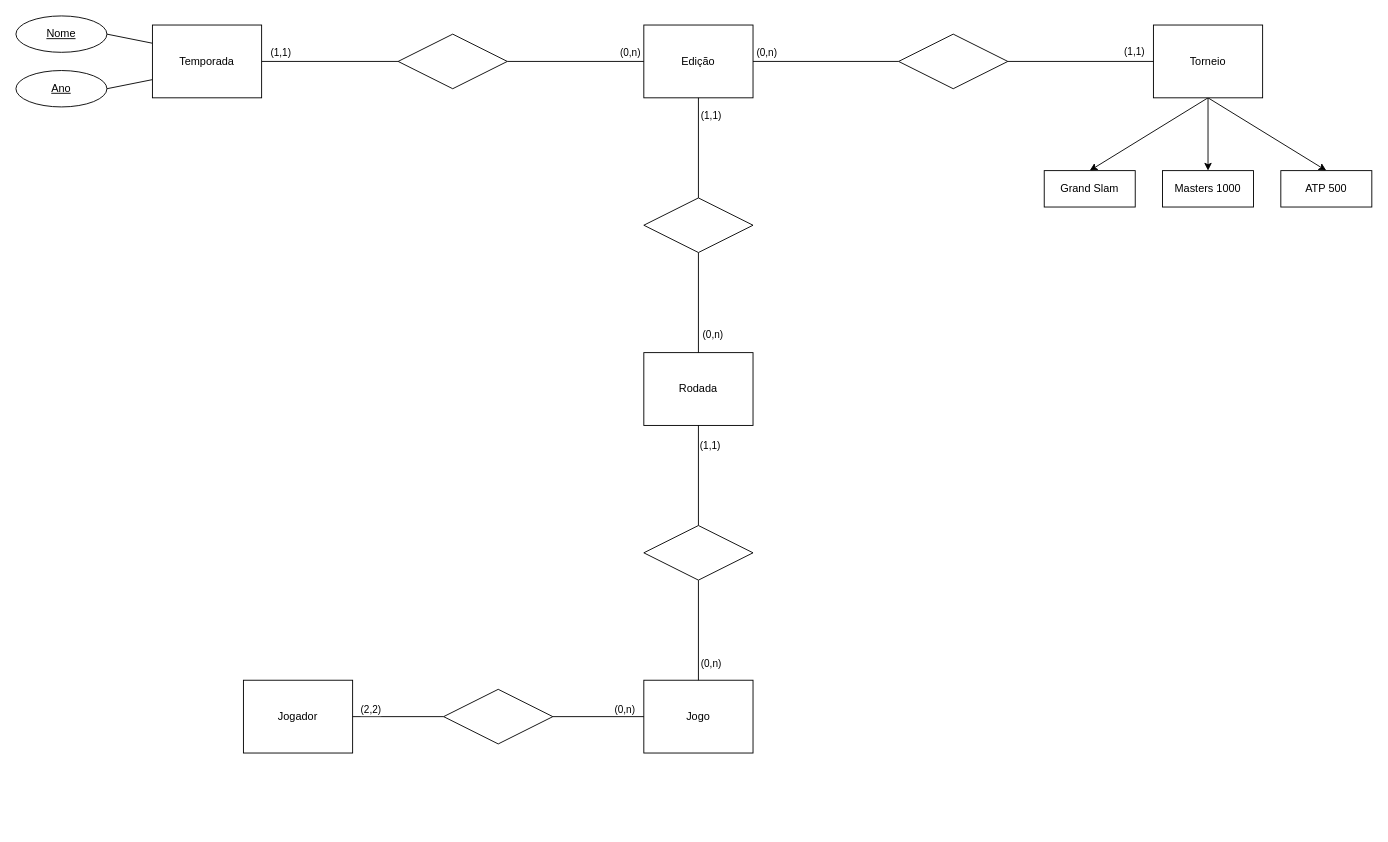
The draw.io diagram Entidades Básicas Identificadas.drawio in marcellovictor/BD1-Tenis, before the edit. Source tidied: cells renumbered, new cells numbered last; positions are measured from the earlier drawing's top-left corner, leaving out a move shared by most shapes. Both pictures are drawn from the tidied source at 91%, with x=0, y=0 at pixel (15, 15).
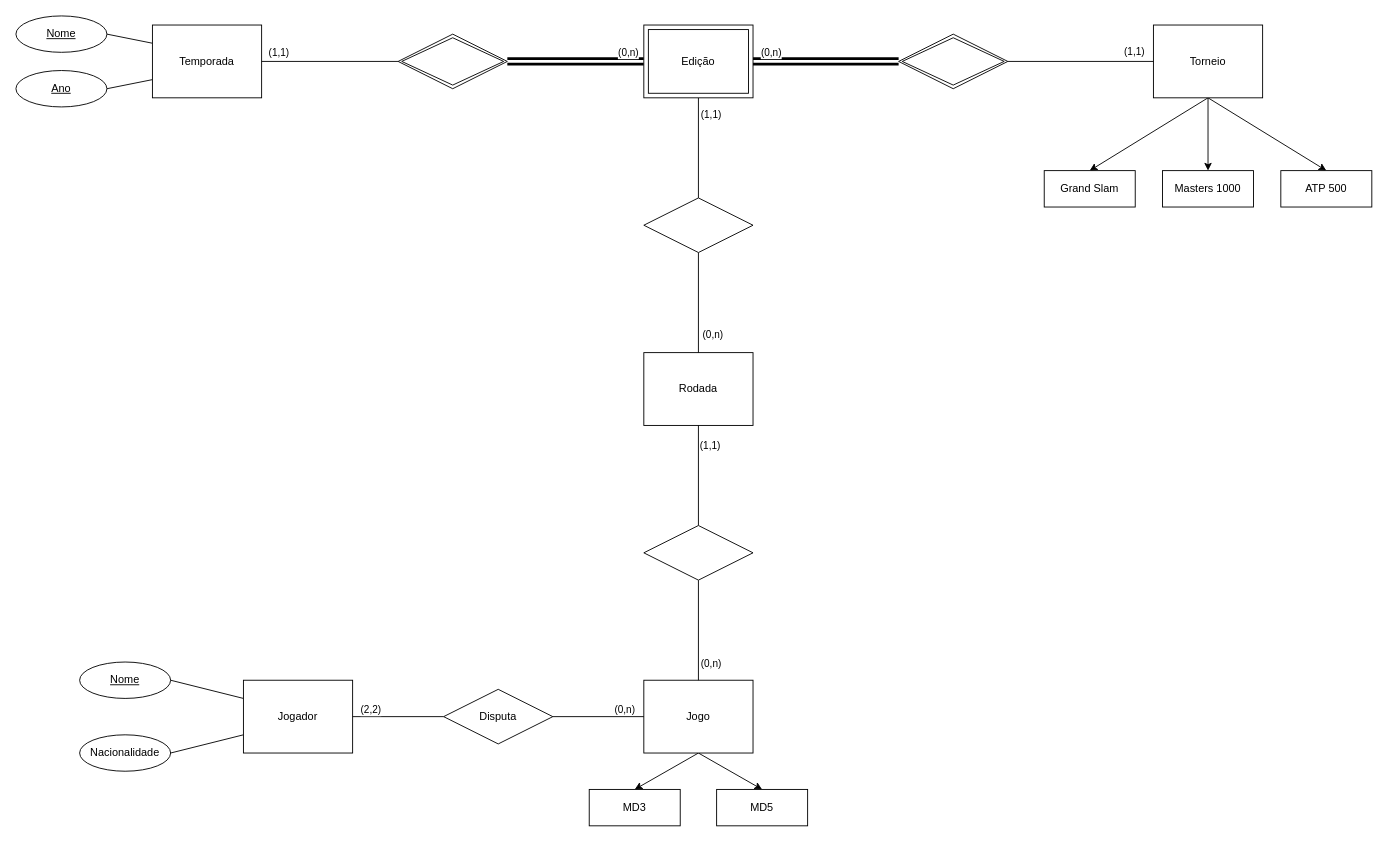
Above is the later version.

Commit message:
Início do Uso de Entidades Fracas.drawio

Unchanged cells that the change refers to:
```xml
<mxCell id="6" value="Temporada" style="whiteSpace=wrap;html=1;align=center;" parent="1" vertex="1">
  <mxGeometry x="150" y="10" width="120" height="80" as="geometry" />
</mxCell>
<mxCell id="10" value="Torneio" style="whiteSpace=wrap;html=1;align=center;" parent="1" vertex="1">
  <mxGeometry x="1250" y="10" width="120" height="80" as="geometry" />
</mxCell>
<mxCell id="25" value="Jogador" style="whiteSpace=wrap;html=1;align=center;" parent="1" vertex="1">
  <mxGeometry x="250" y="730" width="120" height="80" as="geometry" />
</mxCell>
<mxCell id="26" value="Jogo" style="whiteSpace=wrap;html=1;align=center;" parent="1" vertex="1">
  <mxGeometry x="690" y="730" width="120" height="80" as="geometry" />
</mxCell>
<mxCell id="32" style="shape=rhombus;perimeter=rhombusPerimeter;whiteSpace=wrap;html=1;align=center;" parent="1" vertex="1">
  <mxGeometry x="690" y="200" width="120" height="60" as="geometry" />
</mxCell>
```

Diff of the diagram source:
```diff
@@
-    <mxCell id="4" style="edgeStyle=none;rounded=0;jettySize=auto;html=1;exitX=1;exitY=0.5;exitDx=0;exitDy=0;entryX=0;entryY=0.5;entryDx=0;entryDy=0;endArrow=none;endFill=0;" parent="1" edge="1" source="6" target="19">
-      <mxGeometry relative="1" as="geometry" />
-    </mxCell>
-    <mxCell id="5" value="(1,1)" style="edgeLabel;html=1;align=center;verticalAlign=bottom;" parent="4" vertex="1">
-      <mxGeometry x="-0.73" y="1" relative="1" as="geometry" />
-    </mxCell>
@@
-    <mxCell id="16" value="Edição" style="whiteSpace=wrap;html=1;align=center;" parent="1" vertex="1">
-      <mxGeometry x="690" y="10" width="120" height="80" as="geometry" />
-    </mxCell>
-    <mxCell id="17" style="edgeStyle=none;rounded=0;jettySize=auto;html=1;exitX=1;exitY=0.5;exitDx=0;exitDy=0;entryX=0;entryY=0.5;entryDx=0;entryDy=0;endArrow=none;endFill=0;" parent="1" edge="1" source="19" target="16">
-      <mxGeometry relative="1" as="geometry" />
-    </mxCell>
-    <mxCell id="18" value="(0,n)" style="edgeLabel;html=1;align=center;verticalAlign=bottom;" parent="17" vertex="1">
-      <mxGeometry x="0.78" y="2" relative="1" as="geometry" />
-    </mxCell>
-    <mxCell id="19" style="shape=rhombus;perimeter=rhombusPerimeter;whiteSpace=wrap;html=1;align=center;gradientColor=none;" parent="1" vertex="1">
-      <mxGeometry x="420" y="20" width="120" height="60" as="geometry" />
-    </mxCell>
-    <mxCell id="20" style="edgeStyle=none;rounded=0;jettySize=auto;html=1;exitX=1;exitY=0.5;exitDx=0;exitDy=0;entryX=0;entryY=0.5;entryDx=0;entryDy=0;endArrow=none;endFill=0;strokeWidth=1;" parent="1" edge="1" source="24" target="10">
+    <mxCell id="20" style="edgeStyle=none;rounded=0;jettySize=auto;html=1;exitX=1;exitY=0.5;exitDx=0;exitDy=0;entryX=0;entryY=0.5;entryDx=0;entryDy=0;endArrow=none;endFill=0;strokeWidth=1;" parent="1" edge="1" source="54" target="10">
       <mxGeometry relative="1" as="geometry" />
     </mxCell>
@@
-    <mxCell id="22" style="edgeStyle=none;rounded=0;jettySize=auto;html=1;exitX=0;exitY=0.5;exitDx=0;exitDy=0;entryX=1;entryY=0.5;entryDx=0;entryDy=0;endArrow=none;endFill=0;strokeWidth=1;" parent="1" edge="1" source="24" target="16">
-      <mxGeometry relative="1" as="geometry" />
-    </mxCell>
-    <mxCell id="23" value="(0,n)" style="edgeLabel;html=1;align=center;verticalAlign=bottom;" parent="22" vertex="1">
-      <mxGeometry x="0.82" y="-2" relative="1" as="geometry" />
-    </mxCell>
-    <mxCell id="24" style="shape=rhombus;perimeter=rhombusPerimeter;whiteSpace=wrap;html=1;align=center;" parent="1" vertex="1">
-      <mxGeometry x="970" y="20" width="120" height="60" as="geometry" />
-    </mxCell>
+    <mxCell id="43" style="edgeStyle=none;rounded=0;jettySize=auto;html=1;exitX=0;exitY=0.5;exitDx=0;exitDy=0;entryX=1;entryY=0.5;entryDx=0;entryDy=0;endArrow=none;endFill=0;strokeWidth=3;shape=link;" parent="1" edge="1" source="54" target="16">
+      <mxGeometry relative="1" as="geometry" />
+    </mxCell>
+    <mxCell id="44" value="(0,n)" style="edgeLabel;html=1;align=center;verticalAlign=bottom;" parent="43" vertex="1">
+      <mxGeometry x="0.76" y="-1" relative="1" as="geometry" />
+    </mxCell>
+    <mxCell id="45" style="edgeStyle=none;rounded=0;jettySize=auto;html=1;exitX=0;exitY=0.25;exitDx=0;exitDy=0;entryX=1;entryY=0.5;entryDx=0;entryDy=0;endArrow=none;endFill=0;strokeWidth=1;" parent="1" edge="1" source="25" target="57">
+      <mxGeometry relative="1" as="geometry" />
+    </mxCell>
+    <mxCell id="46" style="edgeStyle=none;rounded=0;jettySize=auto;html=1;exitX=0;exitY=0.75;exitDx=0;exitDy=0;entryX=1;entryY=0.5;entryDx=0;entryDy=0;endArrow=none;endFill=0;strokeWidth=1;" parent="1" edge="1" source="25" target="58">
+      <mxGeometry relative="1" as="geometry" />
+    </mxCell>
@@
+    <mxCell id="47" style="edgeStyle=none;rounded=0;jettySize=auto;html=1;exitX=0.5;exitY=1;exitDx=0;exitDy=0;entryX=0.5;entryY=0;entryDx=0;entryDy=0;endArrow=classic;endFill=1;strokeWidth=1;" parent="1" edge="1" source="26" target="55">
+      <mxGeometry relative="1" as="geometry" />
+    </mxCell>
+    <mxCell id="48" style="edgeStyle=none;rounded=0;jettySize=auto;html=1;exitX=0.5;exitY=1;exitDx=0;exitDy=0;entryX=0.5;entryY=0;entryDx=0;entryDy=0;endArrow=classic;endFill=1;strokeWidth=1;" parent="1" edge="1" source="26" target="56">
+      <mxGeometry relative="1" as="geometry" />
+    </mxCell>
@@
-    <mxCell id="28" style="edgeStyle=none;rounded=0;jettySize=auto;html=1;exitX=0.5;exitY=0;exitDx=0;exitDy=0;entryX=0.5;entryY=1;entryDx=0;entryDy=0;endArrow=none;endFill=0;strokeWidth=1;" parent="1" edge="1" source="32" target="16">
-      <mxGeometry relative="1" as="geometry" />
-    </mxCell>
-    <mxCell id="29" value="(1,1)" style="edgeLabel;html=1;align=left;verticalAlign=middle;labelPosition=right;verticalLabelPosition=middle;" parent="28" vertex="1">
-      <mxGeometry x="0.65" y="-1" relative="1" as="geometry" />
-    </mxCell>
@@
-    <mxCell id="42" style="shape=rhombus;perimeter=rhombusPerimeter;whiteSpace=wrap;html=1;align=center;" parent="1" vertex="1">
+    <mxCell id="42" value="Disputa" style="shape=rhombus;perimeter=rhombusPerimeter;whiteSpace=wrap;html=1;align=center;" parent="1" vertex="1">
       <mxGeometry x="470" y="740" width="120" height="60" as="geometry" />
     </mxCell>
+    <mxCell id="49" style="edgeStyle=none;rounded=0;jettySize=auto;html=1;exitX=0.5;exitY=1;exitDx=0;exitDy=0;entryX=0.5;entryY=0;entryDx=0;entryDy=0;endArrow=none;endFill=0;strokeWidth=1;" parent="1" edge="1" source="16" target="32">
+      <mxGeometry relative="1" as="geometry" />
+    </mxCell>
+    <mxCell id="29" value="(1,1)" style="edgeLabel;html=1;align=left;verticalAlign=middle;labelPosition=right;verticalLabelPosition=middle;" parent="49" vertex="1">
+      <mxGeometry x="-0.68" y="1" relative="1" as="geometry" />
+    </mxCell>
+    <mxCell id="50" style="edgeStyle=none;rounded=0;jettySize=auto;html=1;exitX=0;exitY=0.5;exitDx=0;exitDy=0;entryX=1;entryY=0.5;entryDx=0;entryDy=0;endArrow=none;endFill=0;strokeWidth=3;shape=link;" parent="1" edge="1" source="16" target="53">
+      <mxGeometry relative="1" as="geometry" />
+    </mxCell>
+    <mxCell id="51" value="(0,n)" style="edgeLabel;html=1;align=center;verticalAlign=bottom;" parent="50" vertex="1">
+      <mxGeometry x="-0.76" y="-1" relative="1" as="geometry" />
+    </mxCell>
+    <mxCell id="16" value="Edição" style="shape=ext;margin=3;double=1;whiteSpace=wrap;html=1;align=center;gradientColor=none;" parent="1" vertex="1">
+      <mxGeometry x="690" y="10" width="120" height="80" as="geometry" />
+    </mxCell>
+    <mxCell id="52" style="edgeStyle=none;rounded=0;jettySize=auto;html=1;exitX=0;exitY=0.5;exitDx=0;exitDy=0;entryX=1;entryY=0.5;entryDx=0;entryDy=0;endArrow=none;endFill=0;strokeWidth=1;" parent="1" edge="1" source="53" target="6">
+      <mxGeometry relative="1" as="geometry" />
+    </mxCell>
+    <mxCell id="5" value="(1,1)" style="edgeLabel;html=1;align=center;verticalAlign=bottom;" parent="52" vertex="1">
+      <mxGeometry x="0.75" y="-1" relative="1" as="geometry">
+        <mxPoint x="-1" as="offset" />
+      </mxGeometry>
+    </mxCell>
+    <mxCell id="53" style="shape=rhombus;double=1;perimeter=rhombusPerimeter;whiteSpace=wrap;html=1;align=center;gradientColor=none;" parent="1" vertex="1">
+      <mxGeometry x="420" y="20" width="120" height="60" as="geometry" />
+    </mxCell>
+    <mxCell id="54" style="shape=rhombus;double=1;perimeter=rhombusPerimeter;whiteSpace=wrap;html=1;align=center;gradientColor=none;" parent="1" vertex="1">
+      <mxGeometry x="970" y="20" width="120" height="60" as="geometry" />
+    </mxCell>
+    <mxCell id="55" value="MD3" style="whiteSpace=wrap;html=1;align=center;" parent="1" vertex="1">
+      <mxGeometry x="630" y="850" width="100" height="40" as="geometry" />
+    </mxCell>
+    <mxCell id="56" value="MD5" style="whiteSpace=wrap;html=1;align=center;" parent="1" vertex="1">
+      <mxGeometry x="770" y="850" width="100" height="40" as="geometry" />
+    </mxCell>
+    <mxCell id="57" value="Nome" style="ellipse;whiteSpace=wrap;html=1;align=center;fontStyle=4;gradientColor=none;" parent="1" vertex="1">
+      <mxGeometry x="70" y="710" width="100" height="40" as="geometry" />
+    </mxCell>
+    <mxCell id="58" value="Nacionalidade" style="ellipse;whiteSpace=wrap;html=1;align=center;gradientColor=none;" parent="1" vertex="1">
+      <mxGeometry x="70" y="790" width="100" height="40" as="geometry" />
+    </mxCell>
```
